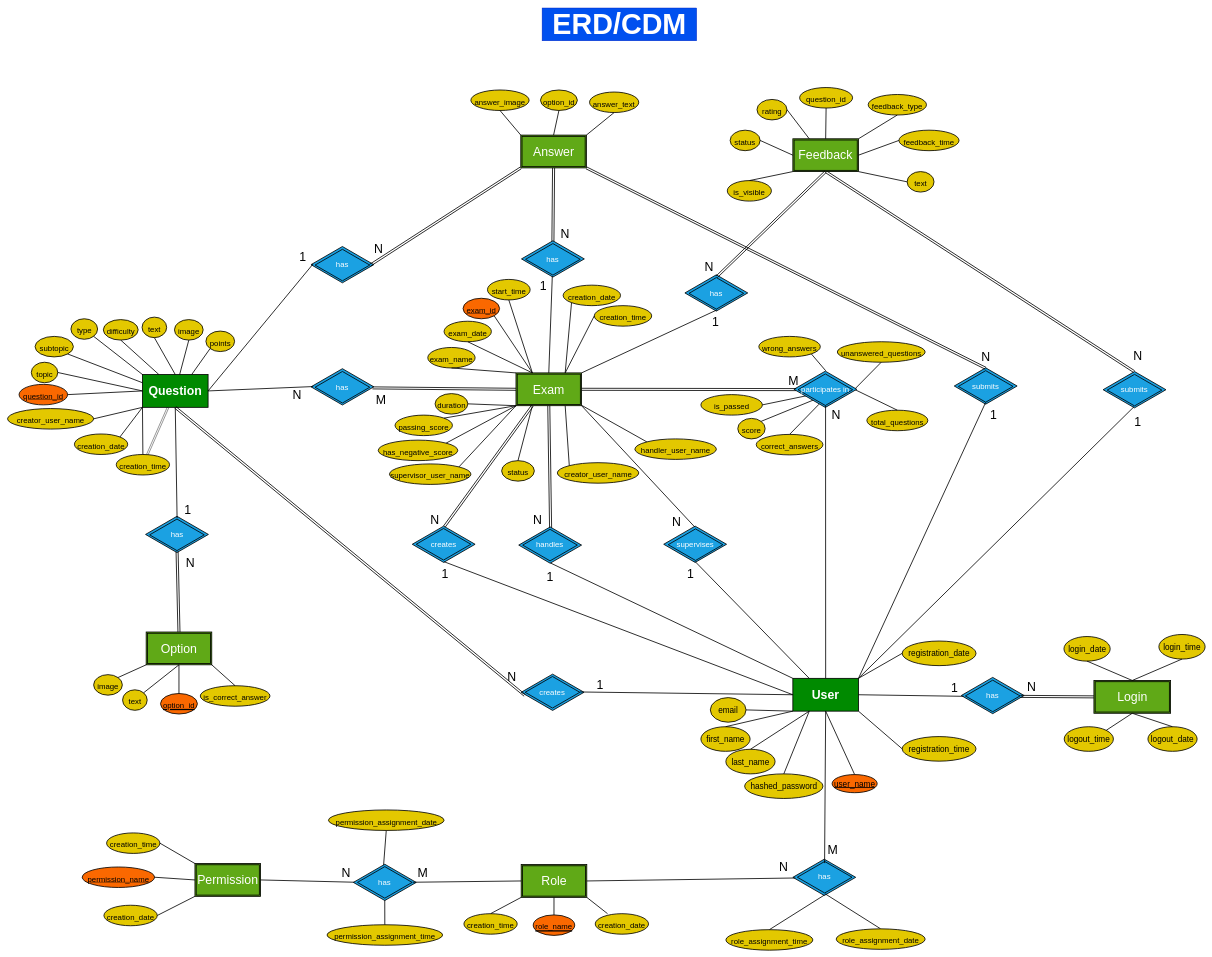
Earlier version of the draw.io diagram docs/Exam_App_ERD.drawio (A-H-Ganji/exam-quiz-win-app). Source tidied: cells renumbered, new cells numbered last; positions are measured from the earlier drawing's top-left corner, leaving out a move shared by most shapes. Both pictures are drawn from the tidied source at 41%, with x=0, y=0 at pixel (7, 8).
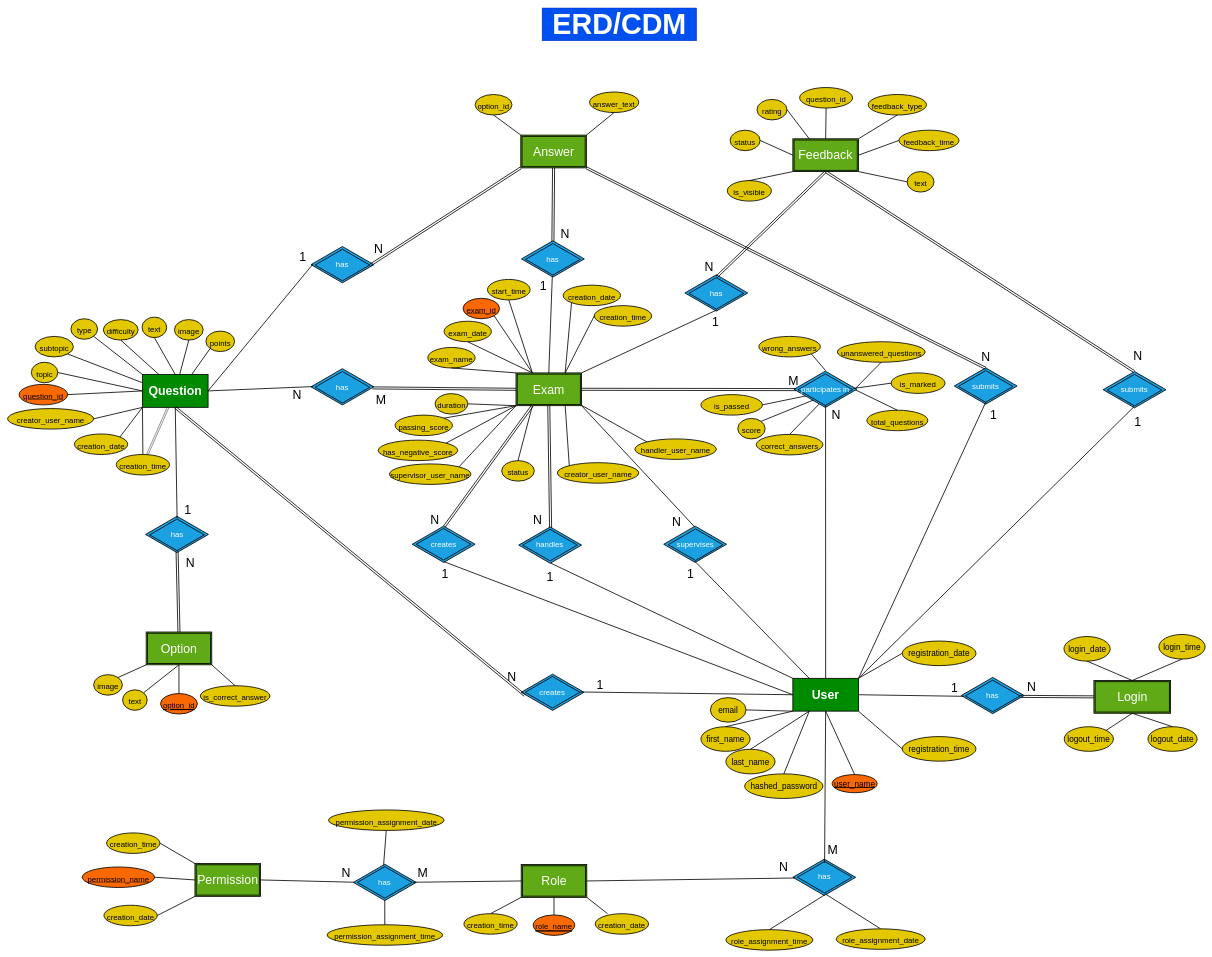
Above is the later version.

Unchanged cells that the change refers to:
```xml
<mxCell id="131" value="Answer" style="shape=ext;double=1;rounded=0;whiteSpace=wrap;html=1;fontSize=30;fillColor=#60a917;fontColor=#ffffff;strokeColor=#000000;strokeWidth=2;" parent="1" vertex="1">
  <mxGeometry x="1251.7" y="310" width="160" height="80" as="geometry" />
</mxCell>
<mxCell id="221" value="participates in" style="html=1;whiteSpace=wrap;shape=isoRectangle;fontSize=19;fillColor=#1ba1e2;fontColor=#ffffff;strokeColor=#000000;strokeWidth=2;" parent="1" vertex="1">
  <mxGeometry x="1927.9" y="891" width="133.3" height="80" as="geometry" />
</mxCell>
```

Diff of the diagram source:
```diff
@@
     <mxCell id="138" value="&lt;span style=&quot;font-size: 19px;&quot;&gt;option_id&lt;/span&gt;" style="ellipse;whiteSpace=wrap;html=1;fontSize=30;fillColor=#e3c800;fontColor=#000000;strokeColor=#000000;strokeWidth=2;fontStyle=0;" parent="1" vertex="1">
-      <mxGeometry x="1299.7" y="200" width="90" height="50" as="geometry" />
+      <mxGeometry x="1140.3" y="211" width="90" height="50" as="geometry" />
     </mxCell>
-    <mxCell id="139" style="endArrow=none;html=1;fontSize=30;entryX=0.5;entryY=1;entryDx=0;entryDy=0;exitX=0.5;exitY=0;exitDx=0;exitDy=0;strokeWidth=2;strokeColor=#000000;" parent="1" edge="1" source="131" target="138">
+    <mxCell id="139" style="endArrow=none;html=1;fontSize=30;entryX=0.5;entryY=1;entryDx=0;entryDy=0;exitX=0;exitY=0;exitDx=0;exitDy=0;strokeWidth=2;strokeColor=#000000;" parent="1" edge="1" source="131" target="138">
       <mxGeometry relative="1" as="geometry" />
     </mxCell>
@@
-    <mxCell id="142" value="&lt;span style=&quot;font-size: 19px;&quot;&gt;answer_image&lt;/span&gt;" style="ellipse;whiteSpace=wrap;html=1;fontSize=30;fillColor=#e3c800;fontColor=#000000;strokeColor=#000000;strokeWidth=2;" parent="1" vertex="1">
-      <mxGeometry x="1130" y="200" width="142" height="50" as="geometry" />
-    </mxCell>
-    <mxCell id="143" style="endArrow=none;html=1;fontSize=30;entryX=0.5;entryY=1;entryDx=0;entryDy=0;strokeWidth=2;strokeColor=#000000;exitX=0;exitY=0;exitDx=0;exitDy=0;" parent="1" edge="1" source="131" target="142">
-      <mxGeometry relative="1" as="geometry" />
-    </mxCell>
@@
+    <mxCell id="233" value="&lt;span style=&quot;font-size: 19px;&quot;&gt;is_marked&lt;/span&gt;" style="ellipse;whiteSpace=wrap;html=1;fontSize=30;fillColor=#e3c800;fontColor=#000000;strokeColor=#000000;strokeWidth=2;" parent="1" vertex="1">
+      <mxGeometry x="2155" y="890" width="131.4" height="50" as="geometry" />
+    </mxCell>
+    <mxCell id="234" style="endArrow=none;html=1;fontSize=30;entryX=0;entryY=0.5;entryDx=0;entryDy=0;strokeWidth=2;strokeColor=#000000;exitX=1.011;exitY=0.462;exitDx=0;exitDy=0;exitPerimeter=0;" parent="1" edge="1" source="221" target="233">
+      <mxGeometry relative="1" as="geometry" />
+    </mxCell>
```
